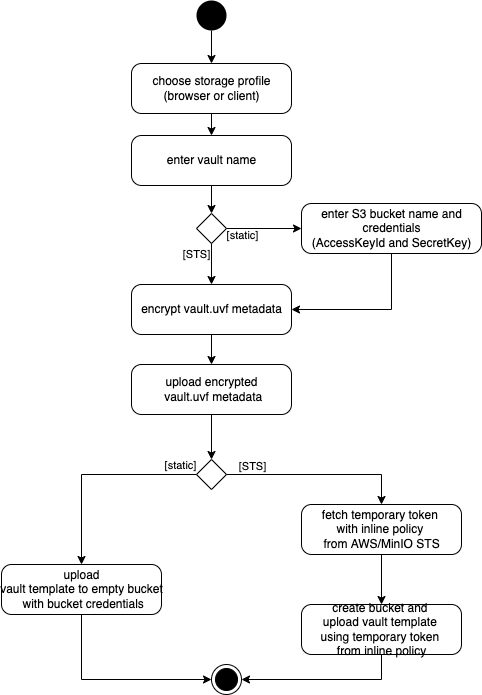
Before: img/VaultCreation.drawio.png, a diagram exported from draw.io (shift7-ch/katta-docs). Source tidied: cells renumbered, new cells last; positions are measured from the earlier drawing's top-left corner, leaving out a move shared by most shapes. The source it was exported from:
```xml
<mxGraphModel>
  <root>
    <mxCell id="0" />
    <mxCell id="1" parent="0" />
    <mxCell id="2" value="enter vault name" style="html=1;dashed=0;rounded=1;absoluteArcSize=1;arcSize=20;verticalAlign=middle;align=center;" parent="1" vertex="1">
      <mxGeometry x="130" y="135" width="160" height="50" as="geometry" />
    </mxCell>
    <mxCell id="3" value="encrypt vault.uvf metadata" style="html=1;dashed=0;rounded=1;absoluteArcSize=1;arcSize=20;verticalAlign=middle;align=center;" parent="1" vertex="1">
      <mxGeometry x="130" y="284" width="160" height="50" as="geometry" />
    </mxCell>
    <mxCell id="4" value="choose storage profile&lt;br&gt;(browser or client)" style="html=1;dashed=0;rounded=1;absoluteArcSize=1;arcSize=20;verticalAlign=middle;align=center;" parent="1" vertex="1">
      <mxGeometry x="130" y="63" width="160" height="50" as="geometry" />
    </mxCell>
    <mxCell id="5" style="endArrow=classic;html=1;rounded=0;exitX=0.5;exitY=1;exitDx=0;exitDy=0;" parent="1" edge="1" source="4" target="2">
      <mxGeometry relative="1" as="geometry" />
    </mxCell>
    <mxCell id="6" style="endArrow=classic;html=1;rounded=0;entryX=0.5;entryY=0;entryDx=0;entryDy=0;exitX=0.5;exitY=1;exitDx=0;exitDy=0;" parent="1" edge="1" source="2" target="19">
      <mxGeometry relative="1" as="geometry" />
    </mxCell>
    <mxCell id="7" style="edgeStyle=orthogonalEdgeStyle;rounded=0;jettySize=auto;html=1;" parent="1" edge="1" source="8" target="10">
      <mxGeometry relative="1" as="geometry" />
    </mxCell>
    <mxCell id="8" value="upload encrypted&lt;br&gt;&amp;nbsp;vault.uvf metadata" style="html=1;dashed=0;rounded=1;absoluteArcSize=1;arcSize=20;verticalAlign=middle;align=center;" parent="1" vertex="1">
      <mxGeometry x="130" y="364" width="160" height="50" as="geometry" />
    </mxCell>
    <mxCell id="9" style="endArrow=classic;html=1;rounded=0;entryX=0.5;entryY=0;entryDx=0;entryDy=0;" parent="1" edge="1" source="3" target="8">
      <mxGeometry relative="1" as="geometry" />
    </mxCell>
    <mxCell id="10" style="rhombus;" parent="1" vertex="1">
      <mxGeometry x="195" y="459" width="30" height="30" as="geometry" />
    </mxCell>
    <mxCell id="11" style="edgeStyle=orthogonalEdgeStyle;rounded=0;jettySize=auto;html=1;" parent="1" edge="1" source="12" target="14">
      <mxGeometry relative="1" as="geometry" />
    </mxCell>
    <mxCell id="12" value="fetch temporary token&amp;nbsp;&lt;br&gt;with inline policy &lt;br&gt;from AWS/MinIO STS" style="html=1;dashed=0;rounded=1;absoluteArcSize=1;arcSize=20;verticalAlign=middle;align=center;" parent="1" vertex="1">
      <mxGeometry x="300" y="504" width="160" height="50" as="geometry" />
    </mxCell>
    <mxCell id="13" value="upload&lt;br&gt;vault template to empty bucket&lt;br&gt;&amp;nbsp;with bucket credentials" style="html=1;dashed=0;rounded=1;absoluteArcSize=1;arcSize=20;verticalAlign=middle;align=center;" parent="1" vertex="1">
      <mxGeometry y="564" width="160" height="50" as="geometry" />
    </mxCell>
    <mxCell id="14" value="create bucket and &lt;br&gt;upload vault template &lt;br&gt;using temporary token &lt;br&gt;from inline policy" style="html=1;dashed=0;rounded=1;absoluteArcSize=1;arcSize=20;verticalAlign=middle;align=center;" parent="1" vertex="1">
      <mxGeometry x="300" y="604" width="160" height="50" as="geometry" />
    </mxCell>
    <mxCell id="15" style="endArrow=classic;html=1;rounded=0;exitX=0;exitY=0.5;exitDx=0;exitDy=0;edgeStyle=orthogonalEdgeStyle;" parent="1" edge="1" source="10" target="13">
      <mxGeometry relative="1" as="geometry" />
    </mxCell>
    <mxCell id="16" value="[static]" style="edgeLabel;html=1;align=center;verticalAlign=middle;" parent="15" vertex="1">
      <mxGeometry x="-0.48" y="-1" relative="1" as="geometry">
        <mxPoint x="37" y="-9" as="offset" />
      </mxGeometry>
    </mxCell>
    <mxCell id="17" style="edgeStyle=orthogonalEdgeStyle;rounded=0;jettySize=auto;html=1;" parent="1" edge="1" source="19" target="20">
      <mxGeometry relative="1" as="geometry" />
    </mxCell>
    <mxCell id="18" value="[static]" style="edgeLabel;html=1;align=center;verticalAlign=middle;" parent="17" vertex="1">
      <mxGeometry x="-0.68" relative="1" as="geometry">
        <mxPoint x="3" y="6" as="offset" />
      </mxGeometry>
    </mxCell>
    <mxCell id="19" style="rhombus;" parent="1" vertex="1">
      <mxGeometry x="195" y="213" width="30" height="30" as="geometry" />
    </mxCell>
    <mxCell id="20" value="enter S3 bucket name and&lt;br&gt;&amp;nbsp;credentials &lt;br&gt;(AccessKeyId and SecretKey)" style="html=1;dashed=0;rounded=1;absoluteArcSize=1;arcSize=20;verticalAlign=middle;align=center;" parent="1" vertex="1">
      <mxGeometry x="300" y="203" width="180" height="50" as="geometry" />
    </mxCell>
    <mxCell id="21" style="endArrow=classic;html=1;rounded=0;entryX=0.5;entryY=0;entryDx=0;entryDy=0;exitX=0.5;exitY=1;exitDx=0;exitDy=0;" parent="1" edge="1" source="19" target="3">
      <mxGeometry relative="1" as="geometry" />
    </mxCell>
    <mxCell id="22" value="[STS]" style="edgeLabel;html=1;align=center;verticalAlign=middle;" parent="21" vertex="1">
      <mxGeometry x="-0.53" y="3" relative="1" as="geometry">
        <mxPoint x="-19" as="offset" />
      </mxGeometry>
    </mxCell>
    <mxCell id="23" style="edgeStyle=orthogonalEdgeStyle;rounded=0;jettySize=auto;html=1;exitX=0.5;exitY=1;exitDx=0;exitDy=0;entryX=1;entryY=0.5;entryDx=0;entryDy=0;" parent="1" edge="1" source="20" target="3">
      <mxGeometry relative="1" as="geometry" />
    </mxCell>
    <mxCell id="24" style="endArrow=classic;html=1;rounded=0;exitX=1;exitY=0.5;exitDx=0;exitDy=0;edgeStyle=orthogonalEdgeStyle;entryX=0.5;entryY=0;entryDx=0;entryDy=0;" parent="1" edge="1" source="10" target="12">
      <mxGeometry relative="1" as="geometry" />
    </mxCell>
    <mxCell id="25" value="[STS]" style="edgeLabel;html=1;align=center;verticalAlign=middle;" parent="24" vertex="1">
      <mxGeometry x="-0.48" y="-1" relative="1" as="geometry">
        <mxPoint x="-23" y="-10" as="offset" />
      </mxGeometry>
    </mxCell>
    <mxCell id="26" style="ellipse;fillColor=#000000;strokeColor=none;" parent="1" vertex="1">
      <mxGeometry x="195" width="30" height="30" as="geometry" />
    </mxCell>
    <mxCell id="27" style="ellipse;html=1;shape=endState;fillColor=#000000;strokeColor=#000000;" parent="1" vertex="1">
      <mxGeometry x="210" y="664" width="30" height="30" as="geometry" />
    </mxCell>
    <mxCell id="28" style="endArrow=classic;html=1;rounded=0;edgeStyle=orthogonalEdgeStyle;" parent="1" edge="1" source="13" target="27">
      <mxGeometry relative="1" as="geometry">
        <Array as="points">
          <mxPoint x="80" y="679" />
        </Array>
      </mxGeometry>
    </mxCell>
    <mxCell id="29" style="endArrow=classic;html=1;rounded=0;edgeStyle=orthogonalEdgeStyle;exitX=0.5;exitY=1;exitDx=0;exitDy=0;entryX=1;entryY=0.5;entryDx=0;entryDy=0;" parent="1" edge="1" source="14" target="27">
      <mxGeometry relative="1" as="geometry">
        <Array as="points">
          <mxPoint x="380" y="679" />
        </Array>
      </mxGeometry>
    </mxCell>
    <mxCell id="30" style="endArrow=classic;html=1;rounded=0;exitX=0.5;exitY=1;exitDx=0;exitDy=0;entryX=0.5;entryY=0;entryDx=0;entryDy=0;" parent="1" edge="1" source="26" target="4">
      <mxGeometry relative="1" as="geometry" />
    </mxCell>
  </root>
</mxGraphModel>
```
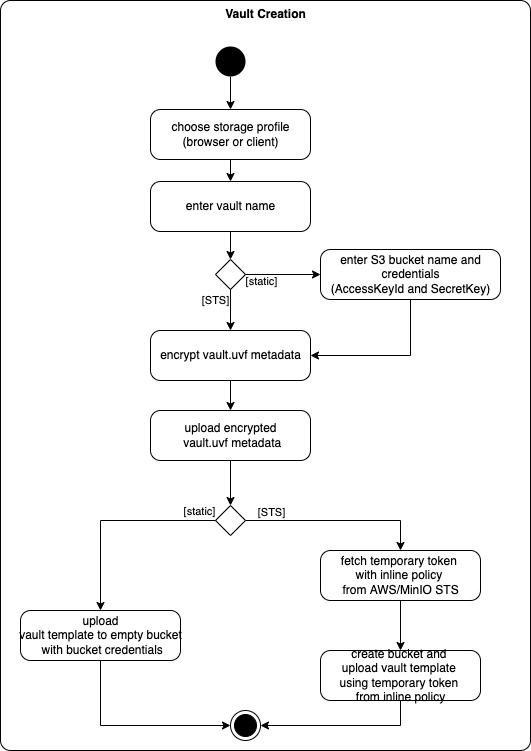
Later version of the same file.

Commit message:
Add overview for vault creation.

Diff of the diagram source:
```diff
@@ -105,5 +105,8 @@
     <mxCell id="30" style="endArrow=classic;html=1;rounded=0;exitX=0.5;exitY=1;exitDx=0;exitDy=0;entryX=0.5;entryY=0;entryDx=0;entryDy=0;" parent="1" edge="1" source="26" target="4">
       <mxGeometry relative="1" as="geometry" />
     </mxCell>
+    <mxCell id="31" value="&lt;b&gt;Vault Creation&lt;/b&gt;" style="html=1;dashed=0;rounded=1;absoluteArcSize=1;arcSize=20;verticalAlign=top;align=center;fontColor=default;strokeColor=default;fillColor=none;" parent="1" vertex="1">
+      <mxGeometry x="-20" y="-46" width="530" height="750" as="geometry" />
+    </mxCell>
   </root>
 </mxGraphModel>
```
